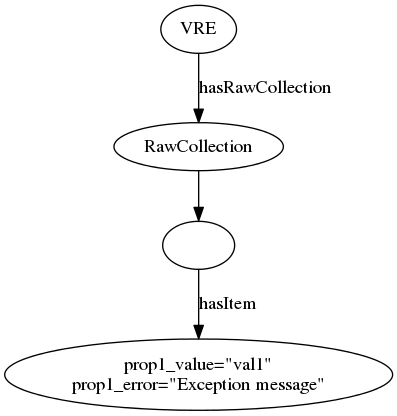
The Graphviz diagram timbuctoo-instancev4/docs/images/rml_exception_mapping.png in HuygensING/timbuctoo, before a commit. Its source is kept beside it as timbuctoo-instancev4/docs/images/rml_exception_mapping.dot. Source of this version:
```dot
digraph {
  VRE
  RawCollection
  VRE -> RawCollection [label="hasRawCollection"]
  RcEntityNode[label=""]
  RawCollection -> RcEntityNode
  RawItem [label="prop1_value=\"val1\"\nprop1_error=\"Exception message\""]
  RcEntityNode -> RawItem [label="hasItem"]
}
```
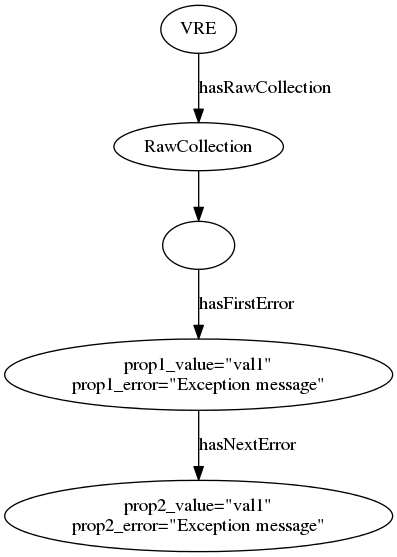
Later version of the same file.

Commit message:
[TIM-987] Update of the graph.

Diff of the diagram source:
```diff
@@ -4,6 +4,8 @@
   VRE -> RawCollection [label="hasRawCollection"]
   RcEntityNode[label=""]
   RawCollection -> RcEntityNode
-  RawItem [label="prop1_value=\"val1\"\nprop1_error=\"Exception message\""]
-  RcEntityNode -> RawItem [label="hasItem"]
+  RawItem1 [label="prop1_value=\"val1\"\nprop1_error=\"Exception message\""]
+  RcEntityNode -> RawItem1 [label="hasFirstError"]
+  RawItem2 [label="prop2_value=\"val1\"\nprop2_error=\"Exception message\""]
+  RawItem1 -> RawItem2 [label="hasNextError"]
 }
```
